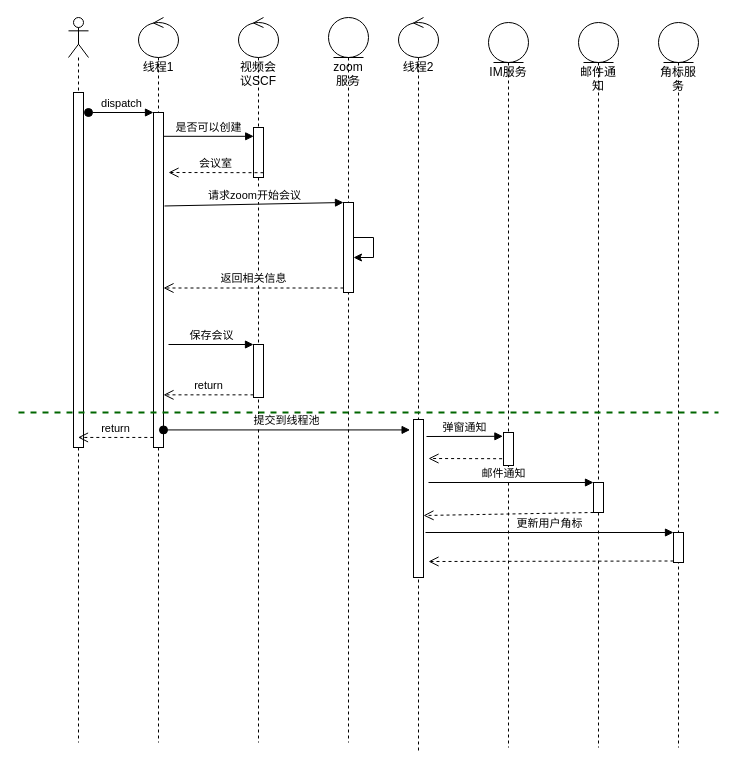
This is page "第 4 页" (4 of 7) of shuzhi.drawio from nullbull/uml, a draw.io file, before an edit. Source tidied: cells renumbered, new cells numbered last; positions are measured from the earlier drawing's top-left corner, leaving out a move shared by most shapes. Both pictures are drawn from the tidied source at 100%, with x=0, y=0 at pixel (18, 17).
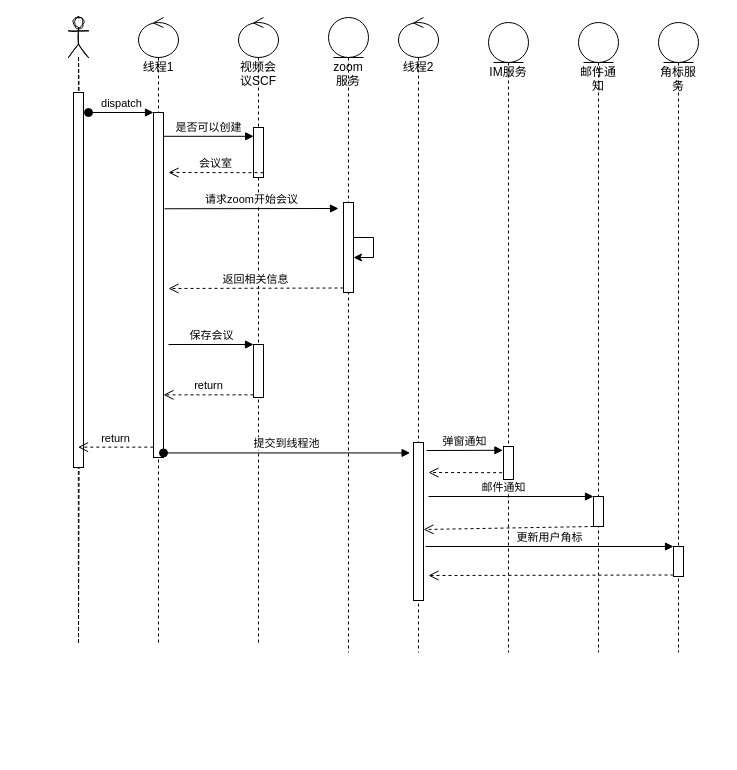
The same diagram, later.

The change refers to these unchanged cells:
```xml
<mxCell id="11" style="html=1;points=[];perimeter=orthogonalPerimeter;" parent="10" vertex="1">
  <mxGeometry x="15" y="185" width="10" height="90" as="geometry" />
</mxCell>
```

Change to the diagram source:
```diff
@@
-    <mxCell id="2" style="shape=umlLifeline;participant=umlActor;perimeter=lifelinePerimeter;whiteSpace=wrap;html=1;verticalAlign=top;spacingTop=36;outlineConnect=0;" parent="1" vertex="1">
-      <mxGeometry x="50" width="20" height="725" as="geometry" />
+    <mxCell id="2" style="shape=umlLifeline;participant=umlActor;perimeter=lifelinePerimeter;whiteSpace=wrap;html=1;verticalAlign=top;spacingTop=36;outlineConnect=0;sketch=1;" parent="1" vertex="1">
+      <mxGeometry x="50" width="20" height="625" as="geometry" />
     </mxCell>
     <mxCell id="3" style="html=1;perimeter=orthogonalPerimeter;" parent="2" vertex="1">
-      <mxGeometry x="5" y="75" width="10" height="355" as="geometry" />
+      <mxGeometry x="5" y="75" width="10" height="375" as="geometry" />
     </mxCell>
     <mxCell id="4" value="线程1" style="shape=umlLifeline;participant=umlControl;perimeter=lifelinePerimeter;whiteSpace=wrap;html=1;verticalAlign=top;spacingTop=36;" parent="1" vertex="1">
-      <mxGeometry x="120" width="40" height="725" as="geometry" />
+      <mxGeometry x="120" width="40" height="625" as="geometry" />
     </mxCell>
     <mxCell id="5" style="html=1;points=[];perimeter=orthogonalPerimeter;" parent="4" vertex="1">
-      <mxGeometry x="15" y="95" width="10" height="335" as="geometry" />
+      <mxGeometry x="15" y="95" width="10" height="345" as="geometry" />
     </mxCell>
     <mxCell id="6" value="视频会议SCF" style="shape=umlLifeline;participant=umlControl;perimeter=lifelinePerimeter;whiteSpace=wrap;html=1;verticalAlign=top;spacingTop=36;" parent="1" vertex="1">
-      <mxGeometry x="220" width="40" height="725" as="geometry" />
+      <mxGeometry x="220" width="40" height="625" as="geometry" />
     </mxCell>
@@
     <mxCell id="10" value="zoom服务" style="shape=umlLifeline;participant=umlEntity;perimeter=lifelinePerimeter;whiteSpace=wrap;html=1;verticalAlign=top;spacingTop=36;" parent="1" vertex="1">
-      <mxGeometry x="310" width="40" height="725" as="geometry" />
+      <mxGeometry x="310" width="40" height="635" as="geometry" />
     </mxCell>
@@
     <mxCell id="13" value="IM服务" style="shape=umlLifeline;participant=umlEntity;perimeter=lifelinePerimeter;whiteSpace=wrap;html=1;verticalAlign=top;spacingTop=36;" parent="1" vertex="1">
-      <mxGeometry x="470" y="5" width="40" height="725" as="geometry" />
+      <mxGeometry x="470" y="5" width="40" height="630" as="geometry" />
     </mxCell>
     <mxCell id="14" style="html=1;points=[];perimeter=orthogonalPerimeter;" parent="13" vertex="1">
-      <mxGeometry x="15" y="410" width="10" height="33" as="geometry" />
+      <mxGeometry x="15" y="424" width="10" height="33" as="geometry" />
     </mxCell>
@@
     <mxCell id="16" value="邮件通知" style="shape=umlLifeline;participant=umlEntity;perimeter=lifelinePerimeter;whiteSpace=wrap;html=1;verticalAlign=top;spacingTop=36;" parent="1" vertex="1">
-      <mxGeometry x="560" y="5" width="40" height="725" as="geometry" />
+      <mxGeometry x="560" y="5" width="40" height="630" as="geometry" />
     </mxCell>
     <mxCell id="17" style="html=1;points=[];perimeter=orthogonalPerimeter;" parent="16" vertex="1">
-      <mxGeometry x="15" y="460" width="10" height="30" as="geometry" />
+      <mxGeometry x="15" y="474" width="10" height="30" as="geometry" />
     </mxCell>
     <mxCell id="18" value="角标服务" style="shape=umlLifeline;participant=umlEntity;perimeter=lifelinePerimeter;whiteSpace=wrap;html=1;verticalAlign=top;spacingTop=36;" parent="1" vertex="1">
-      <mxGeometry x="640" y="5" width="40" height="725" as="geometry" />
+      <mxGeometry x="640" y="5" width="40" height="630" as="geometry" />
     </mxCell>
     <mxCell id="19" style="html=1;points=[];perimeter=orthogonalPerimeter;" parent="18" vertex="1">
-      <mxGeometry x="15" y="510" width="10" height="30" as="geometry" />
+      <mxGeometry x="15" y="524" width="10" height="30" as="geometry" />
     </mxCell>
@@
-    <mxCell id="21" value="请求zoom开始会议" style="html=1;verticalAlign=bottom;endArrow=block;entryX=0;entryY=0;exitX=1.1;exitY=0.279;exitDx=0;exitDy=0;exitPerimeter=0;" parent="1" edge="1" source="5" target="11">
-      <mxGeometry relative="1" as="geometry" />
+    <mxCell id="21" value="请求zoom开始会议" style="html=1;verticalAlign=bottom;endArrow=block;exitX=1.1;exitY=0.279;exitDx=0;exitDy=0;exitPerimeter=0;" parent="1" edge="1" source="5">
+      <mxGeometry relative="1" as="geometry">
+        <mxPoint x="320" y="191" as="targetPoint" />
+      </mxGeometry>
     </mxCell>
-    <mxCell id="22" value="返回相关信息" style="html=1;verticalAlign=bottom;endArrow=open;dashed=1;endSize=8;exitX=0;exitY=0.95;" parent="1" edge="1" source="11" target="5">
-      <mxGeometry relative="1" as="geometry" />
+    <mxCell id="22" value="返回相关信息" style="html=1;verticalAlign=bottom;endArrow=open;dashed=1;endSize=8;exitX=0;exitY=0.95;" parent="1" edge="1" source="11">
+      <mxGeometry relative="1" as="geometry">
+        <mxPoint x="150" y="271" as="targetPoint" />
+      </mxGeometry>
     </mxCell>
@@
     <mxCell id="26" value="线程2" style="shape=umlLifeline;participant=umlControl;perimeter=lifelinePerimeter;whiteSpace=wrap;html=1;verticalAlign=top;spacingTop=36;" parent="1" vertex="1">
-      <mxGeometry x="380" width="40" height="735" as="geometry" />
+      <mxGeometry x="380" width="40" height="635" as="geometry" />
     </mxCell>
     <mxCell id="27" style="html=1;points=[];perimeter=orthogonalPerimeter;" parent="26" vertex="1">
-      <mxGeometry x="15" y="402" width="10" height="158" as="geometry" />
+      <mxGeometry x="15" y="425" width="10" height="158" as="geometry" />
     </mxCell>
@@
     <mxCell id="29" value="弹窗通知" style="html=1;verticalAlign=bottom;endArrow=block;entryX=-0.06;entryY=0.115;entryDx=0;entryDy=0;entryPerimeter=0;" parent="1" edge="1" target="14">
       <mxGeometry relative="1" as="geometry">
-        <mxPoint x="408" y="419" as="sourcePoint" />
+        <mxPoint x="408" y="433" as="sourcePoint" />
       </mxGeometry>
     </mxCell>
     <mxCell id="30" style="html=1;verticalAlign=bottom;endArrow=open;dashed=1;endSize=8;exitX=-0.14;exitY=0.794;exitDx=0;exitDy=0;exitPerimeter=0;" parent="1" edge="1" source="14">
       <mxGeometry relative="1" as="geometry">
-        <mxPoint x="410" y="441" as="targetPoint" />
+        <mxPoint x="410" y="455" as="targetPoint" />
       </mxGeometry>
     </mxCell>
     <mxCell id="31" style="html=1;verticalAlign=bottom;endArrow=open;dashed=1;endSize=8;" parent="1" edge="1" source="17">
       <mxGeometry relative="1" as="geometry">
-        <mxPoint x="405" y="498" as="targetPoint" />
+        <mxPoint x="405" y="512" as="targetPoint" />
       </mxGeometry>
     </mxCell>
     <mxCell id="32" style="html=1;verticalAlign=bottom;endArrow=block;entryX=0;entryY=0;" parent="1" edge="1" target="17">
       <mxGeometry relative="1" as="geometry">
-        <mxPoint x="410" y="465" as="sourcePoint" />
+        <mxPoint x="410" y="479" as="sourcePoint" />
       </mxGeometry>
     </mxCell>
@@
     <mxCell id="34" value="更新用户角标" style="html=1;verticalAlign=bottom;endArrow=block;entryX=0;entryY=0;" parent="1" edge="1" target="19">
       <mxGeometry relative="1" as="geometry">
-        <mxPoint x="407" y="515" as="sourcePoint" />
+        <mxPoint x="407" y="529" as="sourcePoint" />
       </mxGeometry>
     </mxCell>
     <mxCell id="35" style="html=1;verticalAlign=bottom;endArrow=open;dashed=1;endSize=8;exitX=0;exitY=0.95;" parent="1" edge="1" source="19">
       <mxGeometry relative="1" as="geometry">
-        <mxPoint x="410" y="544" as="targetPoint" />
+        <mxPoint x="410" y="558" as="targetPoint" />
       </mxGeometry>
     </mxCell>
-    <mxCell id="36" style="endArrow=none;dashed=1;html=1;strokeWidth=2;strokeColor=#006600;" parent="1" edge="1">
-      <mxGeometry relative="1" as="geometry">
-        <mxPoint y="395" as="sourcePoint" />
-        <mxPoint x="700" y="395" as="targetPoint" />
-      </mxGeometry>
-    </mxCell>
```
